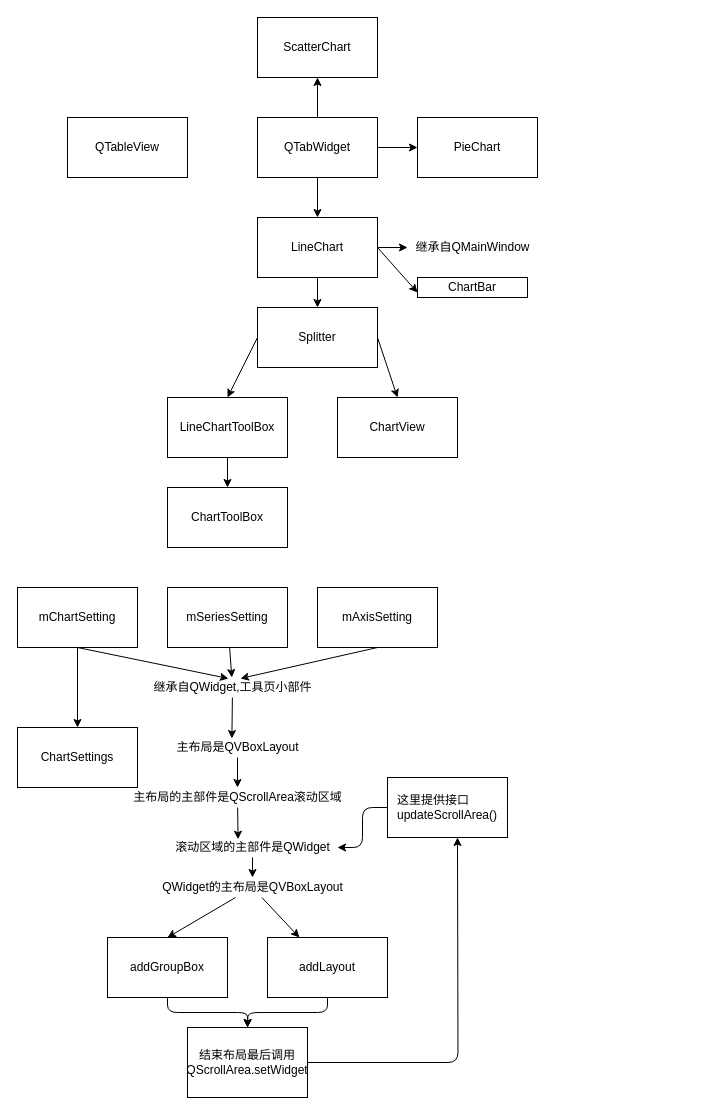
The draw.io diagram chartview_structure.drawio in 519984307/30kW-SourceLoad, before the edit. Source tidied: cells renumbered, new cells numbered last; positions are measured from the earlier drawing's top-left corner, leaving out a move shared by most shapes. Both pictures are drawn from the tidied source at 100%, with x=0, y=0 at pixel (17, 17).
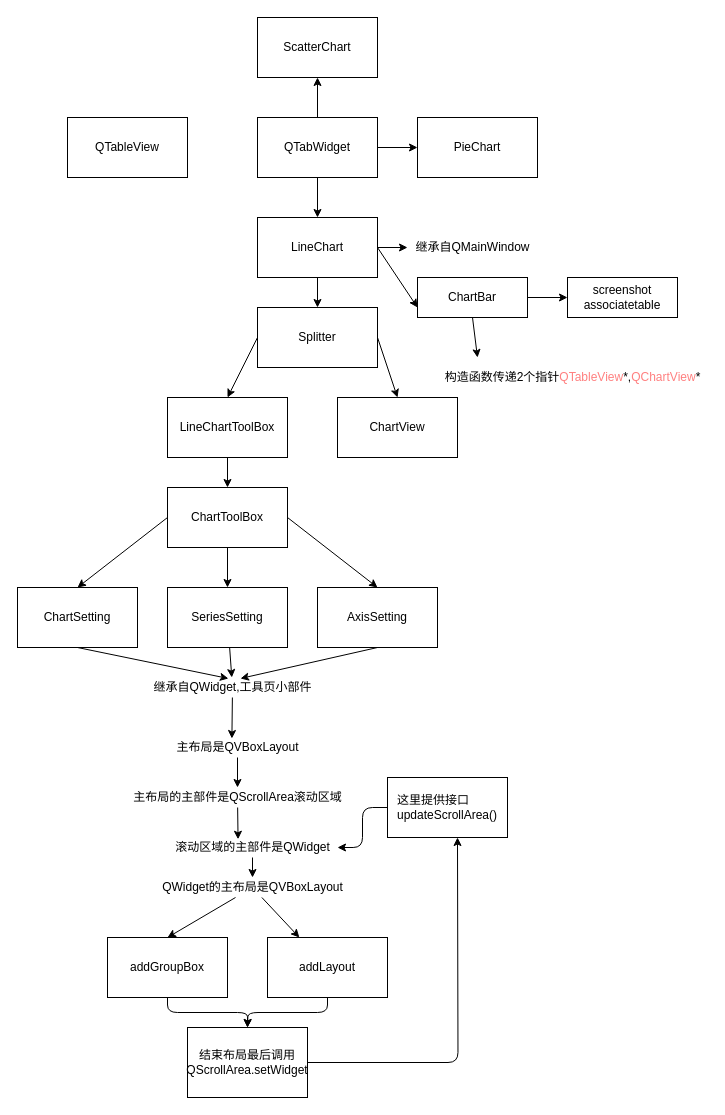
After the change.

Unchanged cells that the change refers to:
```xml
<mxCell id="21" value="ChartToolBox" style="whiteSpace=wrap;html=1;" parent="1" vertex="1">
  <mxGeometry x="150" y="470" width="120" height="60" as="geometry" />
</mxCell>
```

What changed in the source:
```diff
@@
+    <mxCell id="49" style="edgeStyle=none;html=1;exitX=1;exitY=0.5;exitDx=0;exitDy=0;entryX=0;entryY=0.5;entryDx=0;entryDy=0;" parent="1" edge="1" source="20" target="54">
+      <mxGeometry relative="1" as="geometry" />
+    </mxCell>
+    <mxCell id="50" style="edgeStyle=none;html=1;exitX=0.5;exitY=1;exitDx=0;exitDy=0;" parent="1" edge="1" source="20">
+      <mxGeometry relative="1" as="geometry">
+        <mxPoint x="460" y="340" as="targetPoint" />
+      </mxGeometry>
+    </mxCell>
     <mxCell id="20" value="ChartBar" style="whiteSpace=wrap;html=1;" parent="1" vertex="1">
-      <mxGeometry x="400" y="260" width="110" height="20" as="geometry" />
+      <mxGeometry x="400" y="260" width="110" height="40" as="geometry" />
     </mxCell>
+    <mxCell id="51" style="edgeStyle=none;html=1;exitX=0;exitY=0.5;exitDx=0;exitDy=0;entryX=0.5;entryY=0;entryDx=0;entryDy=0;" parent="1" edge="1" source="21" target="28">
+      <mxGeometry relative="1" as="geometry" />
+    </mxCell>
+    <mxCell id="52" style="edgeStyle=none;html=1;exitX=0.5;exitY=1;exitDx=0;exitDy=0;entryX=0.5;entryY=0;entryDx=0;entryDy=0;" parent="1" edge="1" source="21" target="25">
+      <mxGeometry relative="1" as="geometry" />
+    </mxCell>
+    <mxCell id="53" style="edgeStyle=none;html=1;exitX=1;exitY=0.5;exitDx=0;exitDy=0;entryX=0.5;entryY=0;entryDx=0;entryDy=0;" parent="1" edge="1" source="21" target="23">
+      <mxGeometry relative="1" as="geometry" />
+    </mxCell>
@@
-    <mxCell id="23" value="mAxisSetting" style="whiteSpace=wrap;html=1;" parent="1" vertex="1">
+    <mxCell id="23" value="AxisSetting" style="whiteSpace=wrap;html=1;" parent="1" vertex="1">
       <mxGeometry x="300" y="570" width="120" height="60" as="geometry" />
     </mxCell>
@@
-    <mxCell id="25" value="mSeriesSetting" style="whiteSpace=wrap;html=1;" parent="1" vertex="1">
+    <mxCell id="25" value="SeriesSetting" style="whiteSpace=wrap;html=1;" parent="1" vertex="1">
       <mxGeometry x="150" y="570" width="120" height="60" as="geometry" />
     </mxCell>
@@
-    <mxCell id="27" style="edgeStyle=none;html=1;exitX=0.5;exitY=1;exitDx=0;exitDy=0;entryX=0.5;entryY=0;entryDx=0;entryDy=0;" parent="1" edge="1" source="28" target="31">
-      <mxGeometry relative="1" as="geometry" />
-    </mxCell>
-    <mxCell id="28" value="mChartSetting" style="whiteSpace=wrap;html=1;" parent="1" vertex="1">
+    <mxCell id="28" value="&lt;span style=&quot;text-align: left&quot;&gt;ChartSetting&lt;/span&gt;" style="whiteSpace=wrap;html=1;" parent="1" vertex="1">
       <mxGeometry y="570" width="120" height="60" as="geometry" />
     </mxCell>
@@
-    <mxCell id="31" value="&lt;span style=&quot;text-align: left&quot;&gt;ChartSettings&lt;/span&gt;" style="whiteSpace=wrap;html=1;" parent="1" vertex="1">
-      <mxGeometry y="710" width="120" height="60" as="geometry" />
-    </mxCell>
@@
+    <mxCell id="54" value="screenshot&lt;br&gt;associatetable" style="whiteSpace=wrap;html=1;" parent="1" vertex="1">
+      <mxGeometry x="550" y="260" width="110" height="40" as="geometry" />
+    </mxCell>
+    <mxCell id="55" value="构造函数传递2个指针&lt;span style=&quot;color: rgb(255 , 128 , 128)&quot;&gt;QTableView&lt;/span&gt;&lt;span&gt;*,&lt;/span&gt;&lt;span style=&quot;color: rgb(255 , 128 , 128)&quot;&gt;QChartView&lt;/span&gt;&lt;span&gt;*&lt;/span&gt;" style="text;html=1;align=center;verticalAlign=middle;strokeColor=none;fillColor=none;" parent="1" vertex="1">
+      <mxGeometry x="420" y="350" width="270" height="20" as="geometry" />
+    </mxCell>
```
